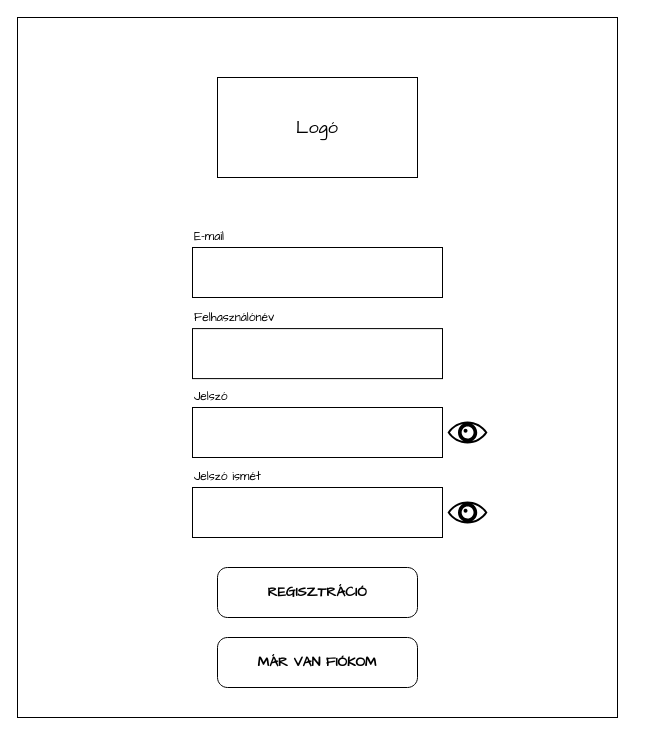
This is wireframes_UML/Regisztráció wireframe.drawio from martakrisztian97/Englian, a draw.io file, before an edit. Source tidied: cells renumbered, new cells numbered last; positions are measured from the earlier drawing's top-left corner, leaving out a move shared by most shapes. Both pictures are drawn from the tidied source at 100%, with x=0, y=0 at pixel (17, 17).
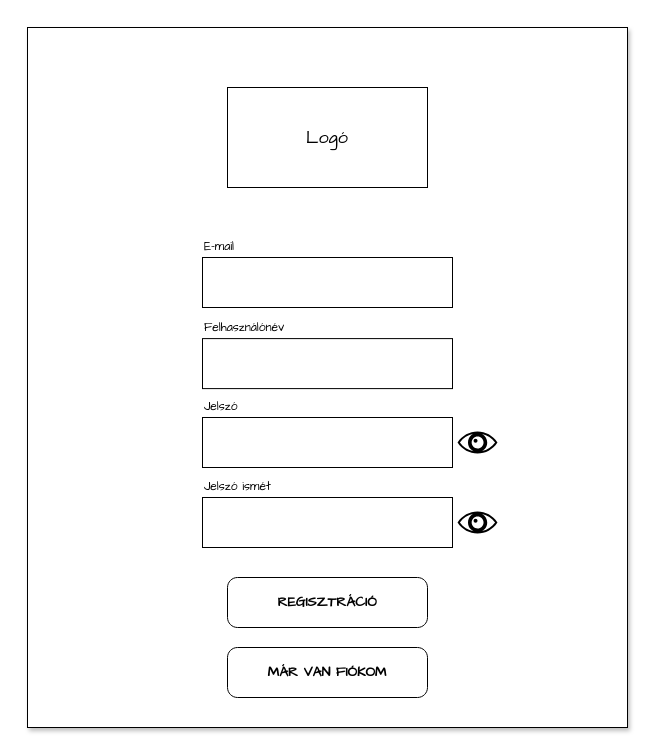
The same diagram, later.

Change to the diagram source:
```diff
@@
 <mxGraphModel>
   <root>
     <mxCell id="0" />
     <mxCell id="1" parent="0" />
+    <mxCell id="16" style="group;" parent="1" vertex="1">
+      <mxGeometry x="10" y="10" width="600" height="700" as="geometry" />
+    </mxCell>
-    <mxCell id="2" style="whiteSpace=wrap;html=1;fillColor=none;" parent="1" vertex="1">
+    <mxCell id="2" style="whiteSpace=wrap;html=1;shadow=1;glass=0;" parent="16" vertex="1">
       <mxGeometry width="600" height="700" as="geometry" />
     </mxCell>
-    <mxCell id="3" value="&lt;font style=&quot;font-size: 18px;&quot;&gt;Logó&lt;/font&gt;" style="whiteSpace=wrap;html=1;fontSize=18;fontFamily=Comic Sans MS;" parent="1" vertex="1">
+    <mxCell id="3" value="&lt;font style=&quot;font-size: 18px;&quot;&gt;Logó&lt;/font&gt;" style="whiteSpace=wrap;html=1;fontSize=18;fontFamily=Comic Sans MS;" parent="16" vertex="1">
       <mxGeometry x="200" y="60" width="200" height="100" as="geometry" />
     </mxCell>
-    <mxCell id="4" style="rounded=0;whiteSpace=wrap;html=1;fontFamily=Comic Sans MS;" parent="1" vertex="1">
+    <mxCell id="4" style="rounded=0;whiteSpace=wrap;html=1;fontFamily=Comic Sans MS;" parent="16" vertex="1">
       <mxGeometry x="175" y="230" width="250" height="50" as="geometry" />
     </mxCell>
-    <mxCell id="5" value="E-mail" style="text;html=1;strokeColor=none;fillColor=none;align=left;verticalAlign=middle;whiteSpace=wrap;rounded=0;fontFamily=Comic Sans MS;" parent="1" vertex="1">
+    <mxCell id="5" value="E-mail" style="text;html=1;strokeColor=none;fillColor=none;align=left;verticalAlign=middle;whiteSpace=wrap;rounded=0;fontFamily=Comic Sans MS;" parent="16" vertex="1">
       <mxGeometry x="175" y="210" width="105" height="20" as="geometry" />
     </mxCell>
-    <mxCell id="6" value="Jelszó ismét" style="text;html=1;strokeColor=none;fillColor=none;align=left;verticalAlign=middle;whiteSpace=wrap;rounded=0;fontFamily=Comic Sans MS;" parent="1" vertex="1">
+    <mxCell id="6" value="Jelszó ismét" style="text;html=1;strokeColor=none;fillColor=none;align=left;verticalAlign=middle;whiteSpace=wrap;rounded=0;fontFamily=Comic Sans MS;" parent="16" vertex="1">
       <mxGeometry x="175" y="450" width="105" height="20" as="geometry" />
     </mxCell>
-    <mxCell id="7" style="rounded=0;whiteSpace=wrap;html=1;fontFamily=Comic Sans MS;" parent="1" vertex="1">
+    <mxCell id="7" style="rounded=0;whiteSpace=wrap;html=1;fontFamily=Comic Sans MS;" parent="16" vertex="1">
       <mxGeometry x="175" y="470" width="250" height="50" as="geometry" />
     </mxCell>
-    <mxCell id="8" style="shape=mxgraph.signs.healthcare.eye;html=1;fillColor=#000000;strokeColor=none;verticalLabelPosition=bottom;verticalAlign=top;align=center;strokeWidth=1;" parent="1" vertex="1">
+    <mxCell id="8" style="shape=mxgraph.signs.healthcare.eye;html=1;fillColor=#000000;strokeColor=none;verticalLabelPosition=bottom;verticalAlign=top;align=center;strokeWidth=1;" parent="16" vertex="1">
       <mxGeometry x="430" y="403.9" width="40" height="22.2" as="geometry" />
     </mxCell>
-    <mxCell id="9" value="REGISZTRÁCIÓ" style="strokeWidth=1;shadow=0;dashed=0;align=center;html=1;shape=mxgraph.mockup.buttons.button;mainText=;buttonStyle=round;fontSize=14;fontStyle=1;fillColor=none;whiteSpace=wrap;fontFamily=Comic Sans MS;" parent="1" vertex="1">
+    <mxCell id="9" value="REGISZTRÁCIÓ" style="strokeWidth=1;shadow=0;dashed=0;align=center;html=1;shape=mxgraph.mockup.buttons.button;mainText=;buttonStyle=round;fontSize=14;fontStyle=1;fillColor=none;whiteSpace=wrap;fontFamily=Comic Sans MS;" parent="16" vertex="1">
       <mxGeometry x="200" y="550" width="200" height="50" as="geometry" />
     </mxCell>
-    <mxCell id="10" value="MÁR VAN FIÓKOM" style="strokeWidth=1;shadow=0;dashed=0;align=center;html=1;shape=mxgraph.mockup.buttons.button;mainText=;buttonStyle=round;fontSize=14;fontStyle=1;fillColor=none;whiteSpace=wrap;fontFamily=Comic Sans MS;" parent="1" vertex="1">
+    <mxCell id="10" value="MÁR VAN FIÓKOM" style="strokeWidth=1;shadow=0;dashed=0;align=center;html=1;shape=mxgraph.mockup.buttons.button;mainText=;buttonStyle=round;fontSize=14;fontStyle=1;fillColor=none;whiteSpace=wrap;fontFamily=Comic Sans MS;" parent="16" vertex="1">
       <mxGeometry x="200" y="620" width="200" height="50" as="geometry" />
     </mxCell>
-    <mxCell id="11" style="rounded=0;whiteSpace=wrap;html=1;fontFamily=Comic Sans MS;" parent="1" vertex="1">
+    <mxCell id="11" style="rounded=0;whiteSpace=wrap;html=1;fontFamily=Comic Sans MS;" parent="16" vertex="1">
       <mxGeometry x="175" y="390" width="250" height="50" as="geometry" />
     </mxCell>
-    <mxCell id="12" style="rounded=0;whiteSpace=wrap;html=1;fontFamily=Comic Sans MS;" parent="1" vertex="1">
+    <mxCell id="12" style="rounded=0;whiteSpace=wrap;html=1;fontFamily=Comic Sans MS;" parent="16" vertex="1">
       <mxGeometry x="175" y="311.1" width="250" height="50" as="geometry" />
     </mxCell>
-    <mxCell id="13" value="Felhasználónév" style="text;html=1;strokeColor=none;fillColor=none;align=left;verticalAlign=middle;whiteSpace=wrap;rounded=0;fontFamily=Comic Sans MS;" parent="1" vertex="1">
+    <mxCell id="13" value="Felhasználónév" style="text;html=1;strokeColor=none;fillColor=none;align=left;verticalAlign=middle;whiteSpace=wrap;rounded=0;fontFamily=Comic Sans MS;" parent="16" vertex="1">
       <mxGeometry x="175" y="291.1" width="105" height="20" as="geometry" />
     </mxCell>
-    <mxCell id="14" value="Jelszó" style="text;html=1;strokeColor=none;fillColor=none;align=left;verticalAlign=middle;whiteSpace=wrap;rounded=0;fontFamily=Comic Sans MS;" parent="1" vertex="1">
+    <mxCell id="14" value="Jelszó" style="text;html=1;strokeColor=none;fillColor=none;align=left;verticalAlign=middle;whiteSpace=wrap;rounded=0;fontFamily=Comic Sans MS;" parent="16" vertex="1">
       <mxGeometry x="175" y="370" width="105" height="20" as="geometry" />
     </mxCell>
-    <mxCell id="15" style="shape=mxgraph.signs.healthcare.eye;html=1;fillColor=#000000;strokeColor=none;verticalLabelPosition=bottom;verticalAlign=top;align=center;strokeWidth=1;" parent="1" vertex="1">
+    <mxCell id="15" style="shape=mxgraph.signs.healthcare.eye;html=1;fillColor=#000000;strokeColor=none;verticalLabelPosition=bottom;verticalAlign=top;align=center;strokeWidth=1;" parent="16" vertex="1">
       <mxGeometry x="430" y="483.9" width="40" height="22.2" as="geometry" />
     </mxCell>
   </root>
 </mxGraphModel>
```
